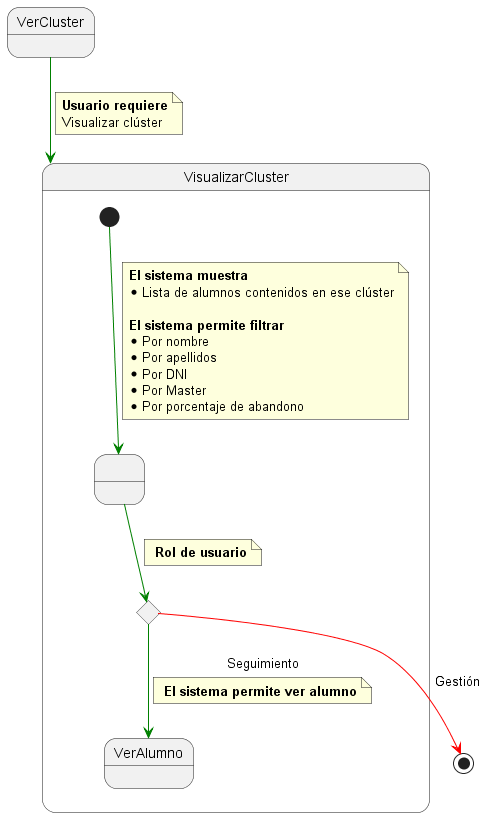
This is 000-entregas/Grupo1/DetalleCasosDeUso/images/VerCluster.png from mmasias/IdSw1-22-23, a PlantUML export, as it was before one commit.
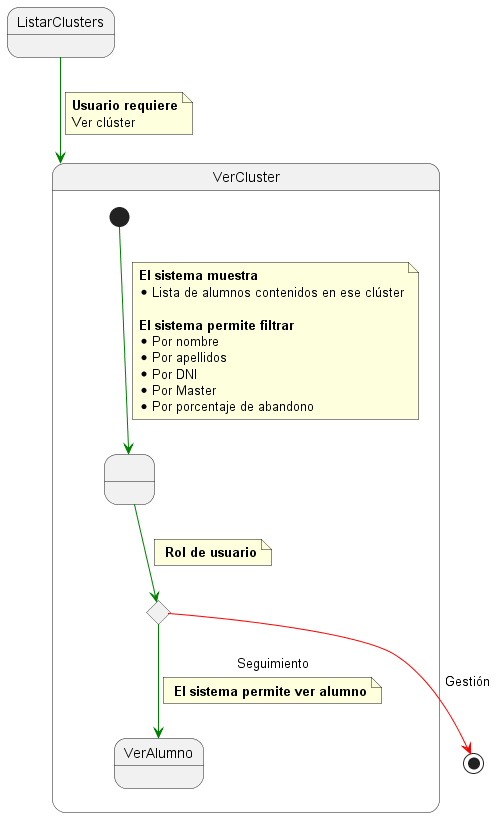
After the change.

What changed in the source:
```diff
@@ -1,8 +1,8 @@
 @startuml VerCluster
 
-State VerCluster
+State ListarClusters
 
-State VisualizarCluster{
+State VerCluster{
 
   State state1 as " "
 
@@ -35,11 +35,11 @@
   end note
 }
 
-VerCluster -[#green]-> VisualizarCluster
+ListarClusters -[#green]-> VerCluster
 
 note on link
  <b>Usuario requiere
- Visualizar clúster
+ Ver clúster
 end note
 
 c -[#red]-> [*] : Gestión
```
